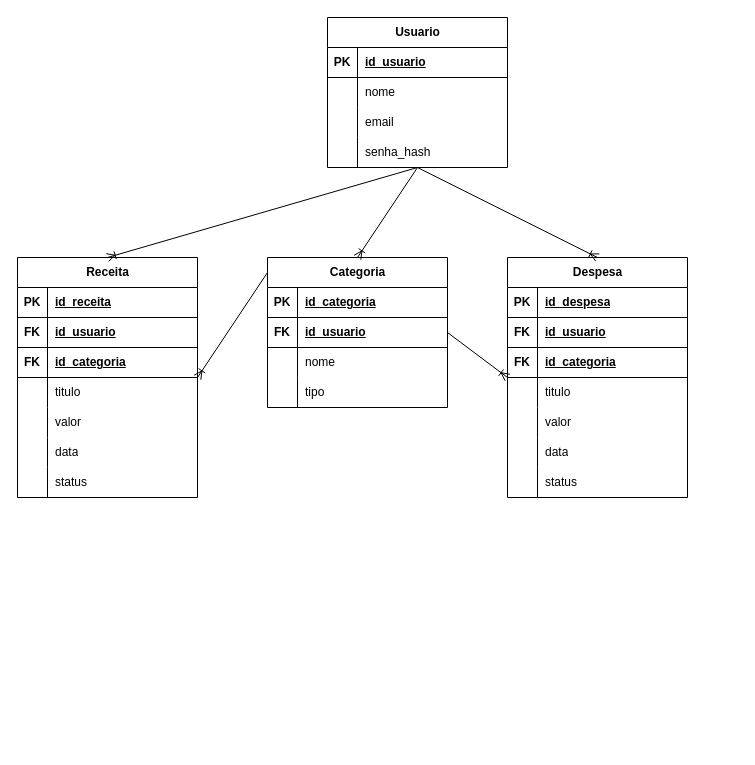
Above: Diagrams/DERfinanFlow.drawio in Anna21112/FinanFlow (draw.io), before the change. Source tidied: cells renumbered, new cells numbered last; positions are measured from the earlier drawing's top-left corner, leaving out a move shared by most shapes. Both pictures are drawn from the tidied source at 100%, with x=0, y=0 at pixel (17, 17).
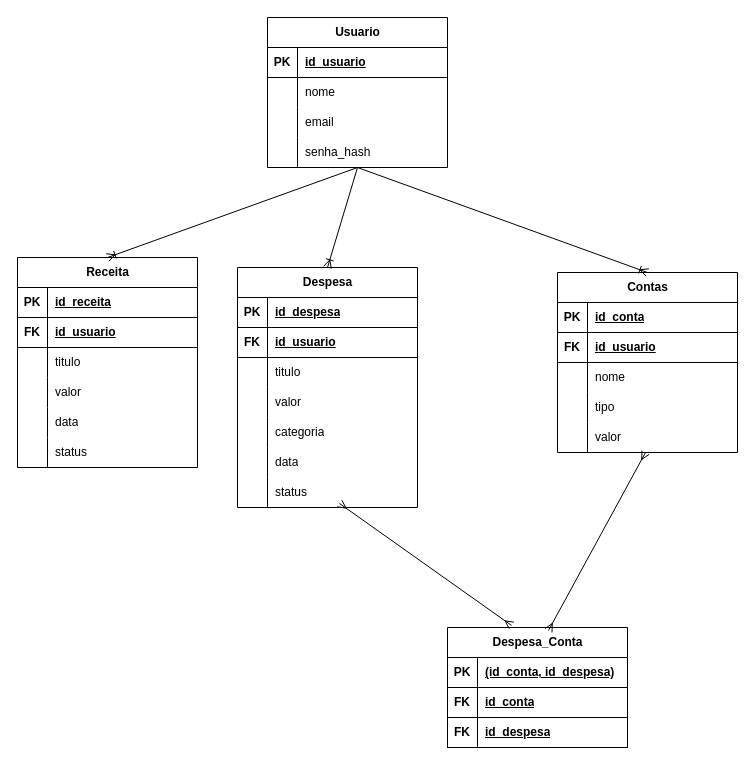
Above is the later version.

Unchanged cells that the change refers to:
```xml
<mxCell id="56" style="shape=tableRow;horizontal=0;startSize=0;swimlaneHead=0;swimlaneBody=0;fillColor=none;points=[[0,0.5],[1,0.5]];portConstraint=eastwest;top=0;left=0;right=0;bottom=0;" parent="37" vertex="1">
  <mxGeometry y="210" width="180" height="30" as="geometry" />
</mxCell>
<mxCell id="60" style="shape=tableRow;horizontal=0;startSize=0;swimlaneHead=0;swimlaneBody=0;fillColor=none;top=0;left=0;right=0;bottom=1;" parent="59" vertex="1">
  <mxGeometry y="30" width="180" height="30" as="geometry" />
</mxCell>
```

The edit, as a diff of the source:
```diff
@@
     <mxCell id="2" value="Usuario" style="shape=table;startSize=30;childLayout=tableLayout;rowLines=0;fontStyle=1;align=center;html=1;" parent="1" vertex="1">
-      <mxGeometry x="310" width="180" height="150" as="geometry" />
+      <mxGeometry x="250" width="180" height="150" as="geometry" />
     </mxCell>
@@
     <mxCell id="15" value="Receita" style="shape=table;startSize=30;childLayout=tableLayout;rowLines=0;fontStyle=1;align=center;html=1;" parent="1" vertex="1">
-      <mxGeometry y="240" width="180" height="240" as="geometry" />
+      <mxGeometry y="240" width="180" height="210" as="geometry" />
     </mxCell>
@@
-    <mxCell id="22" style="shape=tableRow;horizontal=0;startSize=0;swimlaneHead=0;swimlaneBody=0;fillColor=none;top=0;left=0;right=0;bottom=1;" parent="15" vertex="1">
-      <mxGeometry y="90" width="180" height="30" as="geometry" />
-    </mxCell>
-    <mxCell id="23" value="FK" style="shape=partialRectangle;fillColor=none;top=0;left=0;bottom=0;right=0;fontStyle=1;overflow=hidden;whiteSpace=wrap;html=1;" parent="22" vertex="1">
-      <mxGeometry width="30" height="30" as="geometry" />
-    </mxCell>
-    <mxCell id="24" value="id_categoria" style="shape=partialRectangle;fillColor=none;top=0;left=0;bottom=0;right=0;align=left;spacingLeft=6;fontStyle=5;overflow=hidden;whiteSpace=wrap;html=1;" parent="22" vertex="1">
-      <mxGeometry x="30" width="150" height="30" as="geometry" />
-    </mxCell>
     <mxCell id="25" style="shape=tableRow;horizontal=0;startSize=0;swimlaneHead=0;swimlaneBody=0;fillColor=none;top=0;left=0;right=0;bottom=0;" parent="15" vertex="1">
-      <mxGeometry y="120" width="180" height="30" as="geometry" />
+      <mxGeometry y="90" width="180" height="30" as="geometry" />
     </mxCell>
@@
     <mxCell id="28" style="shape=tableRow;horizontal=0;startSize=0;swimlaneHead=0;swimlaneBody=0;fillColor=none;top=0;left=0;right=0;bottom=0;" parent="15" vertex="1">
-      <mxGeometry y="150" width="180" height="30" as="geometry" />
+      <mxGeometry y="120" width="180" height="30" as="geometry" />
     </mxCell>
@@
     <mxCell id="31" style="shape=tableRow;horizontal=0;startSize=0;swimlaneHead=0;swimlaneBody=0;fillColor=none;top=0;left=0;right=0;bottom=0;" parent="15" vertex="1">
-      <mxGeometry y="180" width="180" height="30" as="geometry" />
+      <mxGeometry y="150" width="180" height="30" as="geometry" />
     </mxCell>
@@
     <mxCell id="34" style="shape=tableRow;horizontal=0;startSize=0;swimlaneHead=0;swimlaneBody=0;fillColor=none;top=0;left=0;right=0;bottom=0;" parent="15" vertex="1">
-      <mxGeometry y="210" width="180" height="30" as="geometry" />
+      <mxGeometry y="180" width="180" height="30" as="geometry" />
     </mxCell>
@@
     <mxCell id="37" value="Despesa" style="shape=table;startSize=30;childLayout=tableLayout;rowLines=0;fontStyle=1;align=center;html=1;" parent="1" vertex="1">
-      <mxGeometry x="490" y="240" width="180" height="240" as="geometry" />
+      <mxGeometry x="220" y="250" width="180" height="240" as="geometry" />
     </mxCell>
@@
-    <mxCell id="44" style="shape=tableRow;horizontal=0;startSize=0;swimlaneHead=0;swimlaneBody=0;fillColor=none;top=0;left=0;right=0;bottom=1;" parent="37" vertex="1">
-      <mxGeometry y="90" width="180" height="30" as="geometry" />
-    </mxCell>
-    <mxCell id="45" value="FK" style="shape=partialRectangle;fillColor=none;top=0;left=0;bottom=0;right=0;fontStyle=1;overflow=hidden;whiteSpace=wrap;html=1;" parent="44" vertex="1">
-      <mxGeometry width="30" height="30" as="geometry" />
-    </mxCell>
-    <mxCell id="46" value="id_categoria" style="shape=partialRectangle;fillColor=none;top=0;left=0;bottom=0;right=0;align=left;spacingLeft=6;fontStyle=5;overflow=hidden;whiteSpace=wrap;html=1;" parent="44" vertex="1">
-      <mxGeometry x="30" width="150" height="30" as="geometry" />
-    </mxCell>
     <mxCell id="47" style="shape=tableRow;horizontal=0;startSize=0;swimlaneHead=0;swimlaneBody=0;fillColor=none;top=0;left=0;right=0;bottom=0;" parent="37" vertex="1">
-      <mxGeometry y="120" width="180" height="30" as="geometry" />
+      <mxGeometry y="90" width="180" height="30" as="geometry" />
     </mxCell>
@@
     <mxCell id="50" style="shape=tableRow;horizontal=0;startSize=0;swimlaneHead=0;swimlaneBody=0;fillColor=none;top=0;left=0;right=0;bottom=0;" parent="37" vertex="1">
-      <mxGeometry y="150" width="180" height="30" as="geometry" />
+      <mxGeometry y="120" width="180" height="30" as="geometry" />
     </mxCell>
@@
+    <mxCell id="77" style="shape=tableRow;horizontal=0;startSize=0;swimlaneHead=0;swimlaneBody=0;fillColor=none;top=0;left=0;right=0;bottom=0;" parent="37" vertex="1">
+      <mxGeometry y="150" width="180" height="30" as="geometry" />
+    </mxCell>
+    <mxCell id="78" style="shape=partialRectangle;fillColor=none;top=0;left=0;bottom=0;right=0;overflow=hidden;whiteSpace=wrap;html=1;" parent="77" vertex="1">
+      <mxGeometry width="30" height="30" as="geometry" />
+    </mxCell>
+    <mxCell id="79" value="categoria" style="shape=partialRectangle;fillColor=none;top=0;left=0;bottom=0;right=0;align=left;spacingLeft=6;overflow=hidden;whiteSpace=wrap;html=1;" parent="77" vertex="1">
+      <mxGeometry x="30" width="150" height="30" as="geometry" />
+    </mxCell>
@@
-    <mxCell id="59" value="Categoria" style="shape=table;startSize=30;childLayout=tableLayout;rowLines=0;fontStyle=1;align=center;html=1;" parent="1" vertex="1">
-      <mxGeometry x="250" y="240" width="180" height="150" as="geometry" />
+    <mxCell id="59" value="Contas" style="shape=table;startSize=30;childLayout=tableLayout;rowLines=0;fontStyle=1;align=center;html=1;" parent="1" vertex="1">
+      <mxGeometry x="540" y="255" width="180" height="180" as="geometry" />
     </mxCell>
@@
-    <mxCell id="62" value="id_categoria" style="shape=partialRectangle;fillColor=none;top=0;left=0;bottom=0;right=0;align=left;spacingLeft=6;fontStyle=5;overflow=hidden;whiteSpace=wrap;html=1;" parent="60" vertex="1">
+    <mxCell id="62" value="id_conta" style="shape=partialRectangle;fillColor=none;top=0;left=0;bottom=0;right=0;align=left;spacingLeft=6;fontStyle=5;overflow=hidden;whiteSpace=wrap;html=1;" parent="60" vertex="1">
       <mxGeometry x="30" width="150" height="30" as="geometry" />
     </mxCell>
@@
+    <mxCell id="80" style="shape=tableRow;horizontal=0;startSize=0;swimlaneHead=0;swimlaneBody=0;fillColor=none;points=[[0,0.5],[1,0.5]];portConstraint=eastwest;top=0;left=0;right=0;bottom=0;" parent="59" vertex="1">
+      <mxGeometry y="150" width="180" height="30" as="geometry" />
+    </mxCell>
+    <mxCell id="81" style="shape=partialRectangle;fillColor=none;top=0;left=0;bottom=0;right=0;overflow=hidden;whiteSpace=wrap;html=1;" parent="80" vertex="1">
+      <mxGeometry width="30" height="30" as="geometry" />
+    </mxCell>
+    <mxCell id="82" value="valor" style="shape=partialRectangle;fillColor=none;top=0;left=0;bottom=0;right=0;align=left;spacingLeft=6;overflow=hidden;whiteSpace=wrap;html=1;" parent="80" vertex="1">
+      <mxGeometry x="30" width="150" height="30" as="geometry" />
+    </mxCell>
@@
-    <mxCell id="75" style="fontSize=12;html=1;endArrow=ERoneToMany;rounded=0;exitX=1;exitY=0.5;exitDx=0;exitDy=0;entryX=0;entryY=0.5;entryDx=0;entryDy=0;" parent="1" edge="1" source="59" target="37">
-      <mxGeometry relative="1" as="geometry" />
-    </mxCell>
-    <mxCell id="76" style="fontSize=12;html=1;endArrow=ERoneToMany;rounded=0;entryX=1;entryY=0.5;entryDx=0;entryDy=0;" parent="1" edge="1" target="15">
-      <mxGeometry relative="1" as="geometry">
-        <mxPoint x="250" y="255" as="sourcePoint" />
-      </mxGeometry>
-    </mxCell>
+    <mxCell id="83" value="Despesa_Conta" style="shape=table;startSize=30;childLayout=tableLayout;rowLines=0;fontStyle=1;align=center;html=1;" parent="1" vertex="1">
+      <mxGeometry x="430" y="610" width="180" height="120" as="geometry" />
+    </mxCell>
+    <mxCell id="84" style="shape=tableRow;horizontal=0;startSize=0;swimlaneHead=0;swimlaneBody=0;fillColor=none;top=0;left=0;right=0;bottom=1;" parent="83" vertex="1">
+      <mxGeometry y="30" width="180" height="30" as="geometry" />
+    </mxCell>
+    <mxCell id="85" value="PK" style="shape=partialRectangle;fillColor=none;top=0;left=0;bottom=0;right=0;fontStyle=1;overflow=hidden;whiteSpace=wrap;html=1;" parent="84" vertex="1">
+      <mxGeometry width="30" height="30" as="geometry" />
+    </mxCell>
+    <mxCell id="86" value="(id_conta, id_despesa)" style="shape=partialRectangle;fillColor=none;top=0;left=0;bottom=0;right=0;align=left;spacingLeft=6;fontStyle=5;overflow=hidden;whiteSpace=wrap;html=1;" parent="84" vertex="1">
+      <mxGeometry x="30" width="150" height="30" as="geometry" />
+    </mxCell>
+    <mxCell id="87" style="shape=tableRow;horizontal=0;startSize=0;swimlaneHead=0;swimlaneBody=0;fillColor=none;top=0;left=0;right=0;bottom=1;" parent="83" vertex="1">
+      <mxGeometry y="60" width="180" height="30" as="geometry" />
+    </mxCell>
+    <mxCell id="88" value="FK" style="shape=partialRectangle;fillColor=none;top=0;left=0;bottom=0;right=0;fontStyle=1;overflow=hidden;whiteSpace=wrap;html=1;" parent="87" vertex="1">
+      <mxGeometry width="30" height="30" as="geometry" />
+    </mxCell>
+    <mxCell id="89" value="id_conta" style="shape=partialRectangle;fillColor=none;top=0;left=0;bottom=0;right=0;align=left;spacingLeft=6;fontStyle=5;overflow=hidden;whiteSpace=wrap;html=1;" parent="87" vertex="1">
+      <mxGeometry x="30" width="150" height="30" as="geometry" />
+    </mxCell>
+    <mxCell id="90" style="shape=tableRow;horizontal=0;startSize=0;swimlaneHead=0;swimlaneBody=0;fillColor=none;top=0;left=0;right=0;bottom=1;" parent="83" vertex="1">
+      <mxGeometry y="90" width="180" height="30" as="geometry" />
+    </mxCell>
+    <mxCell id="91" value="FK" style="shape=partialRectangle;fillColor=none;top=0;left=0;bottom=0;right=0;fontStyle=1;overflow=hidden;whiteSpace=wrap;html=1;" parent="90" vertex="1">
+      <mxGeometry width="30" height="30" as="geometry" />
+    </mxCell>
+    <mxCell id="92" value="id_despesa" style="shape=partialRectangle;fillColor=none;top=0;left=0;bottom=0;right=0;align=left;spacingLeft=6;fontStyle=5;overflow=hidden;whiteSpace=wrap;html=1;" parent="90" vertex="1">
+      <mxGeometry x="30" width="150" height="30" as="geometry" />
+    </mxCell>
+    <mxCell id="93" style="fontSize=12;html=1;endArrow=ERmany;startArrow=ERmany;rounded=0;entryX=0.489;entryY=1;entryDx=0;entryDy=0;entryPerimeter=0;exitX=0.561;exitY=0.025;exitDx=0;exitDy=0;exitPerimeter=0;" parent="1" edge="1" source="83" target="80">
+      <mxGeometry relative="1" as="geometry" />
+    </mxCell>
+    <mxCell id="94" style="fontSize=12;html=1;endArrow=ERmany;startArrow=ERmany;rounded=0;entryX=0.567;entryY=0.867;entryDx=0;entryDy=0;entryPerimeter=0;exitX=0.356;exitY=-0.017;exitDx=0;exitDy=0;exitPerimeter=0;" parent="1" edge="1" source="83" target="56">
+      <mxGeometry relative="1" as="geometry" />
+    </mxCell>
```
